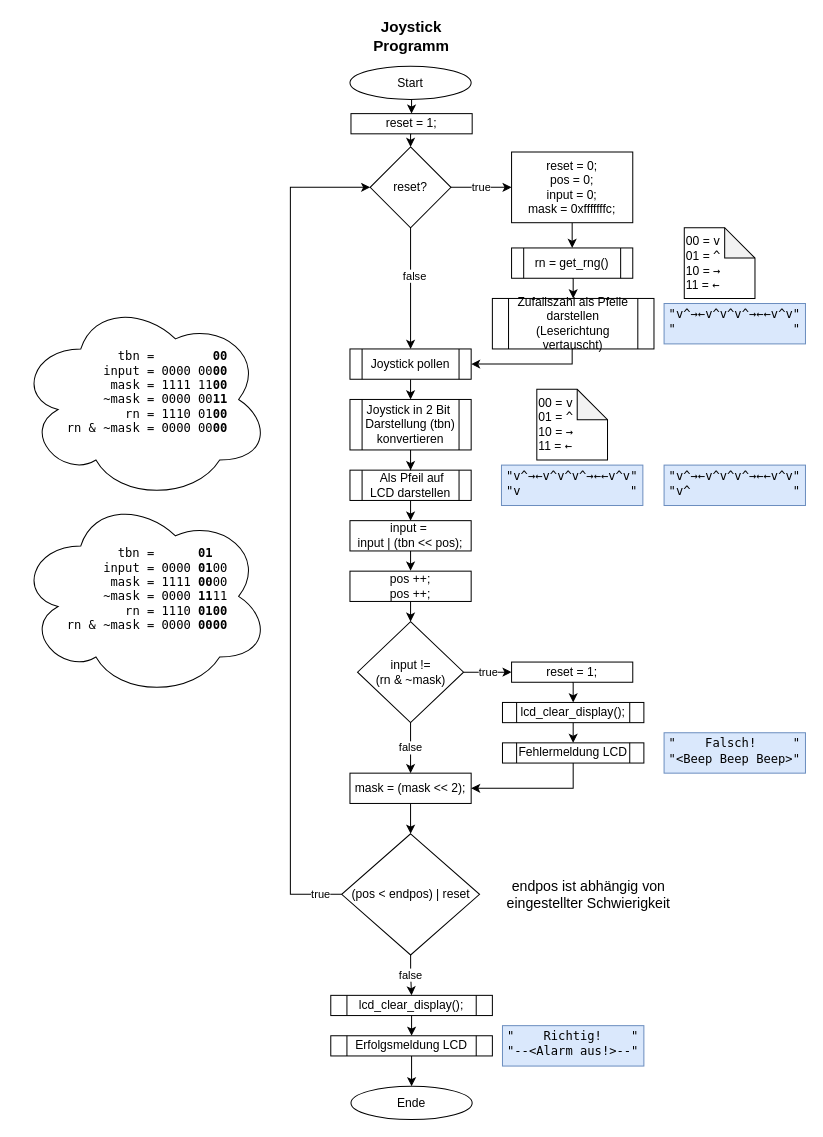
Above: page "Joystick" (5 of 5) of Untitled Diagram.drawio in Seafesko/Nucleo-Wecker (draw.io), before the change. Source tidied: cells renumbered, new cells numbered last; positions are measured from the earlier drawing's top-left corner, leaving out a move shared by most shapes. Both pictures are drawn from the tidied source at 101%, with x=0, y=0 at pixel (17, 25).
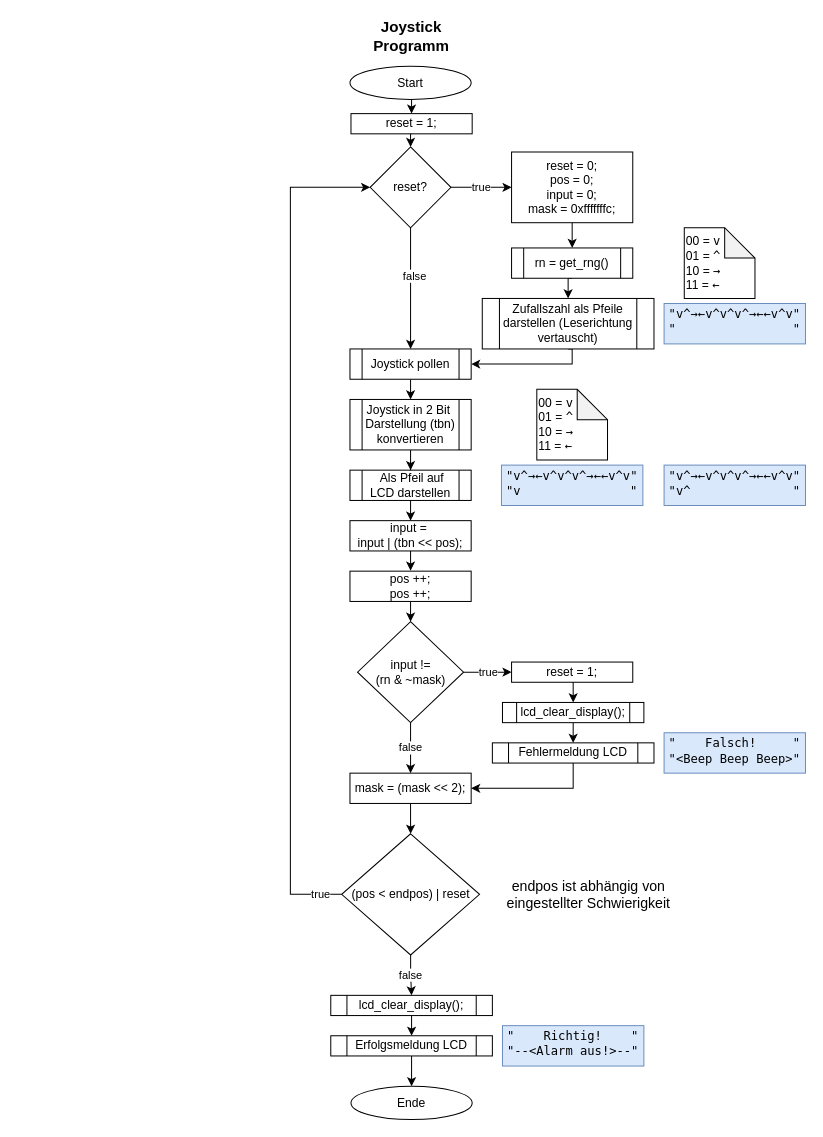
The same diagram, later.

What changed in the source:
```diff
@@
     <mxCell id="14" value="Zufallszahl als Pfeile darstellen (Leserichtung vertauscht)" style="shape=process;rounded=0;whiteSpace=wrap;html=1;strokeWidth=1;" parent="1" vertex="1">
-      <mxGeometry x="470" y="270" width="160" height="50" as="geometry" />
+      <mxGeometry x="460" y="270" width="170" height="50" as="geometry" />
     </mxCell>
@@
     <mxCell id="37" value="Fehlermeldung LCD" style="shape=process;rounded=0;whiteSpace=wrap;html=1;" parent="1" vertex="1">
-      <mxGeometry x="480" y="710" width="140" height="20" as="geometry" />
+      <mxGeometry x="470" y="710" width="160" height="20" as="geometry" />
     </mxCell>
@@
-    <mxCell id="53" value="&lt;blockquote&gt;&lt;div align=&quot;right&quot;&gt;&lt;font face=&quot;Lucida Console&quot;&gt;tbn =&amp;nbsp;&amp;nbsp;&amp;nbsp;&amp;nbsp;&amp;nbsp;&amp;nbsp;&amp;nbsp; &lt;b&gt;00&lt;/b&gt; &lt;br&gt;&lt;/font&gt;&lt;/div&gt;&lt;div align=&quot;right&quot;&gt;&lt;font face=&quot;Lucida Console&quot;&gt;input = 0000 00&lt;b&gt;00&lt;/b&gt;&lt;/font&gt;&lt;/div&gt;&lt;div align=&quot;right&quot;&gt;&lt;font face=&quot;Lucida Console&quot;&gt;mask = 1111 11&lt;b&gt;00&lt;/b&gt;&lt;/font&gt;&lt;/div&gt;&lt;div align=&quot;right&quot;&gt;&lt;font face=&quot;Lucida Console&quot;&gt;~mask = 0000 00&lt;b&gt;11&lt;/b&gt;&lt;/font&gt;&lt;/div&gt;&lt;div align=&quot;right&quot;&gt;&lt;font face=&quot;Lucida Console&quot;&gt;rn = 1110 01&lt;b&gt;00&lt;/b&gt;&lt;br&gt;&lt;/font&gt;&lt;/div&gt;&lt;div align=&quot;right&quot;&gt;&lt;font face=&quot;Lucida Console&quot;&gt;rn &amp;amp; ~mask = 0000 00&lt;b&gt;00&lt;/b&gt;&lt;br&gt;&lt;/font&gt;&lt;/div&gt;&lt;div align=&quot;right&quot;&gt;&lt;font face=&quot;Lucida Console&quot;&gt;&lt;br&gt;&lt;/font&gt;&lt;/div&gt;&lt;/blockquote&gt;" style="ellipse;shape=cloud;whiteSpace=wrap;html=1;align=right;" parent="1" vertex="1">
-      <mxGeometry y="270" width="250" height="200" as="geometry" />
-    </mxCell>
-    <mxCell id="54" value="&lt;blockquote&gt;&lt;div align=&quot;right&quot;&gt;&lt;font face=&quot;Lucida Console&quot;&gt;tbn =&amp;nbsp; &amp;nbsp; &amp;nbsp; &lt;b&gt;01&lt;/b&gt; &amp;nbsp; &lt;br&gt;&lt;/font&gt;&lt;/div&gt;&lt;div align=&quot;right&quot;&gt;&lt;font face=&quot;Lucida Console&quot;&gt;input = 0000 &lt;b&gt;01&lt;/b&gt;00&lt;/font&gt;&lt;/div&gt;&lt;div align=&quot;right&quot;&gt;&lt;font face=&quot;Lucida Console&quot;&gt;mask = 1111 &lt;b&gt;00&lt;/b&gt;00&lt;/font&gt;&lt;/div&gt;&lt;div align=&quot;right&quot;&gt;&lt;font face=&quot;Lucida Console&quot;&gt;~mask = 0000 &lt;b&gt;11&lt;/b&gt;11&lt;/font&gt;&lt;/div&gt;&lt;div align=&quot;right&quot;&gt;&lt;font face=&quot;Lucida Console&quot;&gt;rn = 1110 &lt;b&gt;0100&lt;/b&gt;&lt;br&gt;&lt;/font&gt;&lt;/div&gt;&lt;div align=&quot;right&quot;&gt;&lt;font face=&quot;Lucida Console&quot;&gt;rn &amp;amp; ~mask = 0000 &lt;b&gt;0000&lt;/b&gt;&lt;br&gt;&lt;/font&gt;&lt;/div&gt;&lt;div align=&quot;right&quot;&gt;&lt;font face=&quot;Lucida Console&quot;&gt;&lt;br&gt;&lt;/font&gt;&lt;/div&gt;&lt;/blockquote&gt;" style="ellipse;shape=cloud;whiteSpace=wrap;html=1;align=right;" parent="1" vertex="1">
-      <mxGeometry y="465" width="250" height="200" as="geometry" />
-    </mxCell>
```
